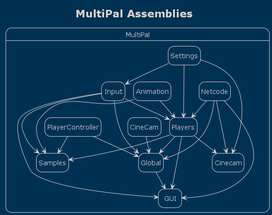
Earlier version of the PlantUML export PlantUML Diagrams/MultiPal Assemblies-MultiPal_Assemblies.png (CodeSmile-0000011110110111/WriteBetterNetcode). Source of this version:
```plantuml
@startuml

!theme blueprint
hide empty description

title MultiPal Assemblies

state "MultiPal" as MultiPal

state MultiPal{
    state Animation
    state Input
    state Netcode
    state Settings
}

MultiPal.Animation --> MultiPal.Players
MultiPal.Input --> MultiPal.Players
MultiPal.Netcode --> MultiPal.Players
MultiPal.Settings --> MultiPal.Players

MultiPal.Players --> MultiPal.Cinecam
MultiPal.Netcode --> MultiPal.Cinecam
MultiPal.Settings --> MultiPal.Cinecam

MultiPal.Players --> MultiPal.Global
MultiPal.CineCam --> MultiPal.Global
MultiPal.Input --> MultiPal.Global
MultiPal.Netcode --> MultiPal.Global
MultiPal.PlayerController --> MultiPal.Global

MultiPal.Players --> MultiPal.GUI
MultiPal.Global --> MultiPal.GUI
MultiPal.Input --> MultiPal.GUI
MultiPal.Netcode --> MultiPal.GUI

MultiPal.Settings --> MultiPal.Input

MultiPal.Players --> MultiPal.Samples
MultiPal.PlayerController --> MultiPal.Samples
MultiPal.Animation --> MultiPal.Samples
MultiPal.Input --> MultiPal.Samples

@enduml
```
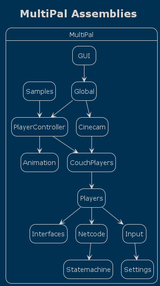
The same file after the commit.

Commit message:
updated plantuml architecture diagram

Diff of the diagram source:
```diff
@@ -5,40 +5,26 @@
 
 title MultiPal Assemblies
 
-state "MultiPal" as MultiPal
-
 state MultiPal{
-    state Animation
-    state Input
-    state Netcode
-    state Settings
 }
 
-MultiPal.Animation --> MultiPal.Players
-MultiPal.Input --> MultiPal.Players
-MultiPal.Netcode --> MultiPal.Players
-MultiPal.Settings --> MultiPal.Players
+MultiPal.GUI --> MultiPal.Global
 
-MultiPal.Players --> MultiPal.Cinecam
-MultiPal.Netcode --> MultiPal.Cinecam
-MultiPal.Settings --> MultiPal.Cinecam
+MultiPal.Samples --> MultiPal.PlayerController
+MultiPal.Global --> MultiPal.PlayerController
+MultiPal.Global --> MultiPal.Cinecam
 
-MultiPal.Players --> MultiPal.Global
-MultiPal.CineCam --> MultiPal.Global
-MultiPal.Input --> MultiPal.Global
-MultiPal.Netcode --> MultiPal.Global
-MultiPal.PlayerController --> MultiPal.Global
+MultiPal.Cinecam --> MultiPal.CouchPlayers
+MultiPal.PlayerController --> MultiPal.CouchPlayers
+MultiPal.PlayerController --> MultiPal.Animation
 
-MultiPal.Players --> MultiPal.GUI
-MultiPal.Global --> MultiPal.GUI
-MultiPal.Input --> MultiPal.GUI
-MultiPal.Netcode --> MultiPal.GUI
+MultiPal.CouchPlayers --> MultiPal.Players
 
-MultiPal.Settings --> MultiPal.Input
+MultiPal.Players --> MultiPal.Interfaces
+MultiPal.Players --> MultiPal.Netcode
+MultiPal.Players --> MultiPal.Input
 
-MultiPal.Players --> MultiPal.Samples
-MultiPal.PlayerController --> MultiPal.Samples
-MultiPal.Animation --> MultiPal.Samples
-MultiPal.Input --> MultiPal.Samples
+MultiPal.Input --> MultiPal.Settings
+MultiPal.Netcode --> MultiPal.Statemachine
 
 @enduml
```
